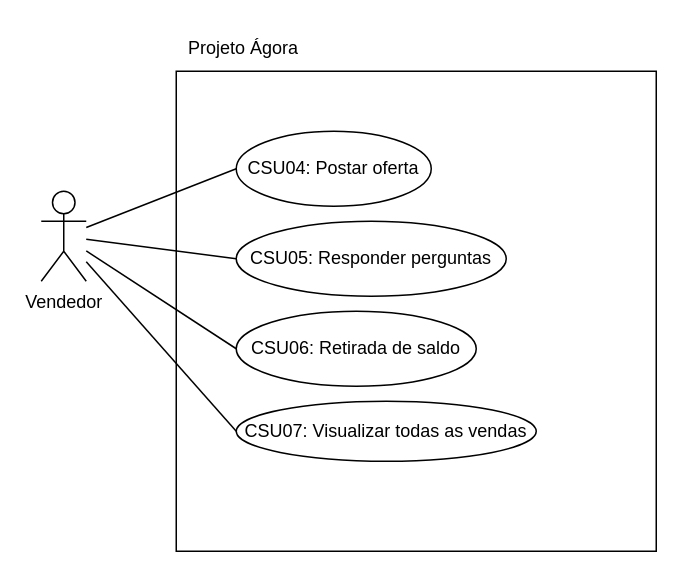
luca-moraes/projetoEngenhariaSoftware keeps this draw.io diagram as page "VendedorUseCase" (2 of 3) of Diagrams/UseCases.drawio. Above is the earlier version. Source tidied: cells renumbered, new cells numbered last; positions are measured from the earlier drawing's top-left corner, leaving out a move shared by most shapes. Both pictures are drawn from the tidied source at 150%, with x=0, y=0 at pixel (40, 26).
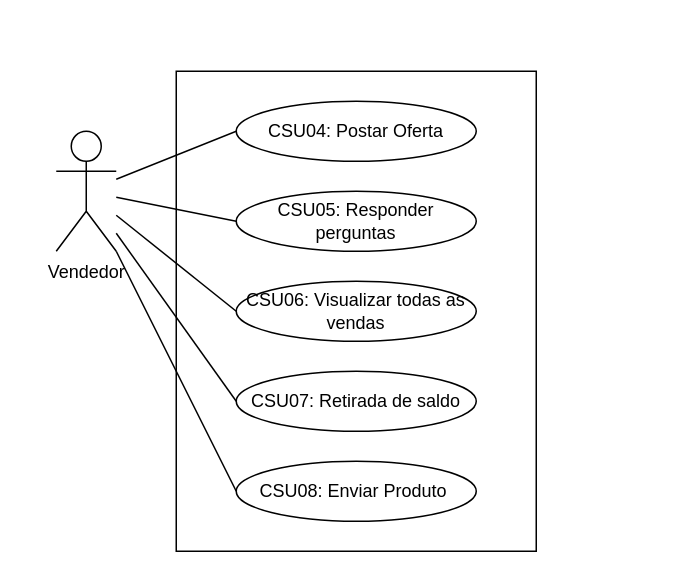
After the change.

The edit, as a diff of the source:
```diff
@@
 <mxGraphModel>
   <root>
     <mxCell id="0" />
     <mxCell id="1" parent="0" />
     <mxCell id="2" value="Vendedor" style="shape=umlActor;verticalLabelPosition=bottom;verticalAlign=top;html=1;outlineConnect=0;" parent="1" vertex="1">
-      <mxGeometry y="110" width="30" height="60" as="geometry" />
+      <mxGeometry x="10" y="70" width="40" height="80" as="geometry" />
     </mxCell>
-    <mxCell id="3" style="whiteSpace=wrap;html=1;fillColor=none;" parent="1" vertex="1">
-      <mxGeometry x="90" y="30" width="320" height="320" as="geometry" />
-    </mxCell>
-    <mxCell id="4" value="CSU04: Postar oferta" style="ellipse;whiteSpace=wrap;html=1;fillColor=none;" parent="1" vertex="1">
-      <mxGeometry x="130" y="70" width="130" height="50" as="geometry" />
-    </mxCell>
-    <mxCell id="5" style="endArrow=none;html=1;rounded=0;entryX=0;entryY=0.5;entryDx=0;entryDy=0;" parent="1" edge="1" source="2" target="4">
-      <mxGeometry relative="1" as="geometry" />
-    </mxCell>
+    <mxCell id="13" style="whiteSpace=wrap;html=1;fillColor=none;" parent="1" vertex="1">
+      <mxGeometry x="90" y="30" width="240" height="320" as="geometry" />
+    </mxCell>
+    <mxCell id="14" value="CSU04: Postar Oferta" style="ellipse;whiteSpace=wrap;html=1;" parent="1" vertex="1">
+      <mxGeometry x="130" y="50" width="160" height="40" as="geometry" />
+    </mxCell>
-    <mxCell id="6" value="CSU05: Responder perguntas" style="ellipse;whiteSpace=wrap;html=1;fillColor=none;" parent="1" vertex="1">
-      <mxGeometry x="130" y="130" width="180" height="50" as="geometry" />
+    <mxCell id="6" value="CSU05: Responder perguntas" style="ellipse;whiteSpace=wrap;html=1;" parent="1" vertex="1">
+      <mxGeometry x="130" y="110" width="160" height="40" as="geometry" />
     </mxCell>
-    <mxCell id="7" style="endArrow=none;html=1;rounded=0;exitX=0;exitY=0.5;exitDx=0;exitDy=0;" parent="1" edge="1" source="6" target="2">
-      <mxGeometry relative="1" as="geometry" />
-    </mxCell>
-    <mxCell id="8" value="CSU06: Retirada de saldo" style="ellipse;whiteSpace=wrap;html=1;fillColor=none;" parent="1" vertex="1">
-      <mxGeometry x="130" y="190" width="160" height="50" as="geometry" />
-    </mxCell>
-    <mxCell id="9" style="endArrow=none;html=1;rounded=0;entryX=0;entryY=0.5;entryDx=0;entryDy=0;" parent="1" edge="1" source="2" target="8">
-      <mxGeometry relative="1" as="geometry" />
-    </mxCell>
-    <mxCell id="10" value="Projeto Ágora" style="text;html=1;strokeColor=none;fillColor=none;align=center;verticalAlign=middle;whiteSpace=wrap;rounded=0;" parent="1" vertex="1">
-      <mxGeometry x="90" width="90" height="30" as="geometry" />
-    </mxCell>
-    <mxCell id="11" value="CSU07: Visualizar todas as vendas" style="ellipse;whiteSpace=wrap;html=1;fillColor=none;" parent="1" vertex="1">
-      <mxGeometry x="130" y="250" width="200" height="40" as="geometry" />
-    </mxCell>
-    <mxCell id="12" style="endArrow=none;html=1;rounded=0;exitX=0;exitY=0.5;exitDx=0;exitDy=0;" parent="1" edge="1" source="11" target="2">
-      <mxGeometry relative="1" as="geometry" />
-    </mxCell>
+    <mxCell id="15" value="CSU07: Retirada de saldo" style="ellipse;whiteSpace=wrap;html=1;" parent="1" vertex="1">
+      <mxGeometry x="130" y="230" width="160" height="40" as="geometry" />
+    </mxCell>
+    <mxCell id="16" style="endArrow=none;html=1;rounded=0;entryX=0;entryY=0.5;entryDx=0;entryDy=0;" parent="1" edge="1" source="2" target="14">
+      <mxGeometry relative="1" as="geometry" />
+    </mxCell>
+    <mxCell id="17" style="endArrow=none;html=1;rounded=0;entryX=0;entryY=0.5;entryDx=0;entryDy=0;" parent="1" edge="1" source="2" target="6">
+      <mxGeometry relative="1" as="geometry" />
+    </mxCell>
+    <mxCell id="18" style="endArrow=none;html=1;rounded=0;entryX=0;entryY=0.5;entryDx=0;entryDy=0;" parent="1" edge="1" source="2" target="15">
+      <mxGeometry relative="1" as="geometry" />
+    </mxCell>
+    <mxCell id="19" value="CSU06: Visualizar todas as vendas" style="ellipse;whiteSpace=wrap;html=1;" parent="1" vertex="1">
+      <mxGeometry x="130" y="170" width="160" height="40" as="geometry" />
+    </mxCell>
+    <mxCell id="20" style="endArrow=none;html=1;rounded=0;entryX=0;entryY=0.5;entryDx=0;entryDy=0;" parent="1" edge="1" source="2" target="19">
+      <mxGeometry relative="1" as="geometry" />
+    </mxCell>
+    <mxCell id="21" value="CSU08: Enviar Produto&amp;nbsp;" style="ellipse;whiteSpace=wrap;html=1;" parent="1" vertex="1">
+      <mxGeometry x="130" y="290" width="160" height="40" as="geometry" />
+    </mxCell>
+    <mxCell id="22" style="endArrow=none;html=1;rounded=0;entryX=0;entryY=0.5;entryDx=0;entryDy=0;exitX=1;exitY=1;exitDx=0;exitDy=0;exitPerimeter=0;" parent="1" edge="1" source="2" target="21">
+      <mxGeometry relative="1" as="geometry" />
+    </mxCell>
   </root>
 </mxGraphModel>
```
